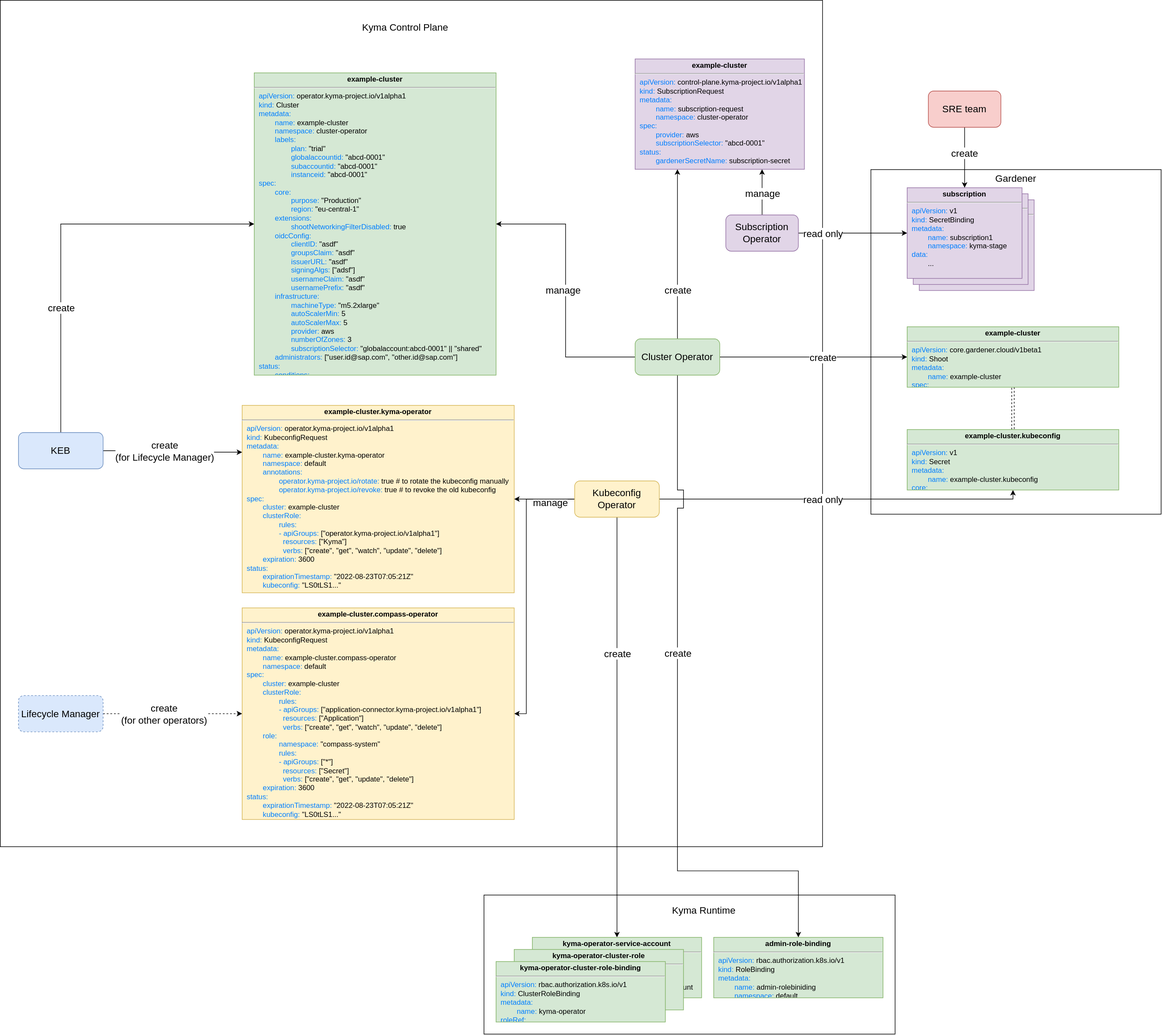
Before: concepts/infrastructure-reconciliation/assets/infrastructure-reconciliation.svg, a diagram exported from draw.io (kyma-project/community). Source tidied: cells renumbered, new cells last; positions are measured from the earlier drawing's top-left corner, leaving out a move shared by most shapes.
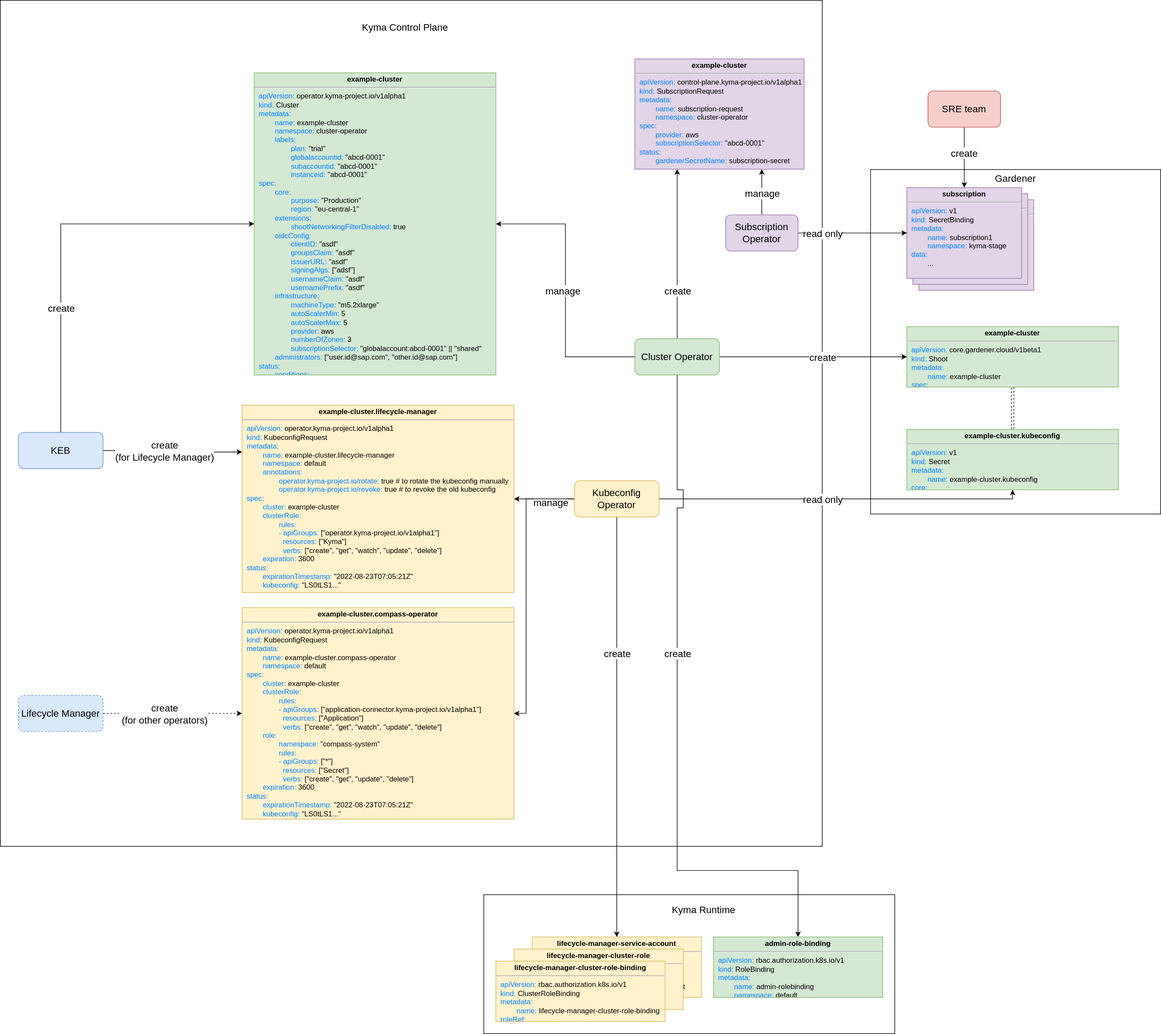
After the change.

Commit message:
language changes, minor diagram adjustments

Diff of the diagram source:
```diff
@@ -63,3 +63,3 @@
     </mxCell>
-    <mxCell id="16" value="&lt;p style=&quot;margin: 4px 0px 0px; text-align: center;&quot;&gt;&lt;b style=&quot;&quot;&gt;example-cluster.kyma-operator&lt;/b&gt;&lt;/p&gt;&lt;hr&gt;&lt;p style=&quot;margin:0px;margin-left:8px;&quot;&gt;&lt;font color=&quot;#007fff&quot;&gt;apiVersion: &lt;/font&gt;operator.kyma-project.io/v1alpha1&lt;br&gt;&lt;font color=&quot;#007fff&quot;&gt;kind:&lt;/font&gt; KubeconfigRequest&lt;br&gt;&lt;font color=&quot;#007fff&quot;&gt;metadata:&lt;/font&gt;&lt;br&gt;  &lt;span style=&quot;white-space: pre;&quot;&gt;&#9;&lt;/span&gt;&lt;font color=&quot;#007fff&quot;&gt;name:&lt;/font&gt; example-cluster.kyma-operator&lt;br&gt;  &lt;span style=&quot;white-space: pre;&quot;&gt;&#9;&lt;/span&gt;&lt;font color=&quot;#007fff&quot;&gt;namespace:&lt;/font&gt; default&lt;/p&gt;&lt;p style=&quot;margin:0px;margin-left:8px;&quot;&gt;&lt;span style=&quot;white-space: pre;&quot;&gt;&#9;&lt;/span&gt;&lt;font color=&quot;#007fff&quot;&gt;annotations:&lt;/font&gt;&lt;/p&gt;&lt;p style=&quot;margin:0px;margin-left:8px;&quot;&gt;&lt;span style=&quot;white-space: pre;&quot;&gt;&#9;&lt;/span&gt;&lt;span style=&quot;white-space: pre;&quot;&gt;&#9;&lt;/span&gt;&lt;font color=&quot;#007fff&quot;&gt;operator.kyma-project.io/rotate:&lt;/font&gt; true # to rotate the kubeconfig manually&lt;/p&gt;&lt;p style=&quot;margin:0px;margin-left:8px;&quot;&gt;&lt;span style=&quot;white-space: pre;&quot;&gt;&#9;&lt;/span&gt;&lt;span style=&quot;white-space: pre;&quot;&gt;&#9;&lt;/span&gt;&lt;font color=&quot;#007fff&quot;&gt;operator.kyma-project.io/revoke:&lt;/font&gt; true # to revoke the old kubeconfig&lt;br&gt;&lt;font color=&quot;#007fff&quot;&gt;spec:&lt;/font&gt;&lt;/p&gt;&lt;p style=&quot;margin:0px;margin-left:8px;&quot;&gt;&lt;font color=&quot;#007fff&quot;&gt;&lt;span style=&quot;white-space: pre;&quot;&gt;&#9;&lt;/span&gt;cluster: &lt;/font&gt;example-cluster&lt;br&gt;&#9;&lt;span style=&quot;white-space: pre;&quot;&gt;&#9;&lt;/span&gt;&lt;font color=&quot;#007fff&quot;&gt;clusterRole:&lt;/font&gt;&lt;br&gt;&#9;&#9;&lt;span style=&quot;white-space: pre;&quot;&gt;&#9;&lt;span style=&quot;white-space: pre;&quot;&gt;&#9;&lt;/span&gt;&lt;/span&gt;&lt;font color=&quot;#007fff&quot;&gt;rules:&lt;/font&gt;&lt;br&gt;&#9;&#9;&lt;span style=&quot;white-space: pre;&quot;&gt;&#9;&lt;span style=&quot;white-space: pre;&quot;&gt;&#9;&lt;/span&gt;&lt;/span&gt;&lt;font color=&quot;#007fff&quot;&gt;- apiGroups:&lt;/font&gt;&amp;nbsp;[&quot;operator.kyma-project.io/v1alpha1&quot;]&lt;br&gt;&#9;&#9;  &lt;span style=&quot;white-space: pre;&quot;&gt;&#9;&lt;span style=&quot;white-space: pre;&quot;&gt;&#9;&lt;/span&gt; &lt;/span&gt;&amp;nbsp;&lt;font color=&quot;#007fff&quot;&gt;resources:&lt;/font&gt;&amp;nbsp;[&quot;Kyma&quot;]&lt;br&gt;&#9;&#9;  &lt;span style=&quot;white-space: pre;&quot;&gt;&#9;&lt;span style=&quot;white-space: pre;&quot;&gt;&#9;&lt;/span&gt; &lt;/span&gt;&amp;nbsp;&lt;font color=&quot;#007fff&quot;&gt;verbs:&lt;/font&gt;&amp;nbsp;[&quot;create&quot;, &quot;get&quot;, &quot;watch&quot;, &quot;update&quot;, &quot;delete&quot;]&lt;br&gt;  &lt;span style=&quot;white-space: pre;&quot;&gt;&#9;&lt;/span&gt;&lt;font color=&quot;#007fff&quot;&gt;expiration:&lt;/font&gt; 3600&lt;br&gt;&lt;font color=&quot;#007fff&quot;&gt;status:&lt;br&gt;  &lt;span style=&quot;white-space: pre;&quot;&gt;&#9;&lt;/span&gt;expirationTimestamp:&lt;/font&gt; &quot;2022-08-23T07:05:21Z&quot;&lt;/p&gt;&lt;p style=&quot;margin:0px;margin-left:8px;&quot;&gt;&#9;&lt;span style=&quot;white-space: pre;&quot;&gt;&#9;&lt;/span&gt;&lt;font color=&quot;#007fff&quot;&gt;kubeconfig:&lt;/font&gt; &quot;LS0tLS1...&quot;&lt;br&gt;&lt;/p&gt;" style="verticalAlign=top;align=left;overflow=fill;fontSize=12;fontFamily=Helvetica;html=1;fillColor=#fff2cc;strokeColor=#d6b656;" parent="1" vertex="1">
+    <mxCell id="16" value="&lt;p style=&quot;margin: 4px 0px 0px; text-align: center;&quot;&gt;&lt;b style=&quot;&quot;&gt;example-cluster.lifecycle-manager&lt;/b&gt;&lt;/p&gt;&lt;hr&gt;&lt;p style=&quot;margin:0px;margin-left:8px;&quot;&gt;&lt;font color=&quot;#007fff&quot;&gt;apiVersion: &lt;/font&gt;operator.kyma-project.io/v1alpha1&lt;br&gt;&lt;font color=&quot;#007fff&quot;&gt;kind:&lt;/font&gt; KubeconfigRequest&lt;br&gt;&lt;font color=&quot;#007fff&quot;&gt;metadata:&lt;/font&gt;&lt;br&gt;  &lt;span style=&quot;white-space: pre;&quot;&gt;&#9;&lt;/span&gt;&lt;font color=&quot;#007fff&quot;&gt;name:&lt;/font&gt; example-cluster.lifecycle-manager&lt;br&gt;  &lt;span style=&quot;white-space: pre;&quot;&gt;&#9;&lt;/span&gt;&lt;font color=&quot;#007fff&quot;&gt;namespace:&lt;/font&gt; default&lt;/p&gt;&lt;p style=&quot;margin:0px;margin-left:8px;&quot;&gt;&lt;span style=&quot;white-space: pre;&quot;&gt;&#9;&lt;/span&gt;&lt;font color=&quot;#007fff&quot;&gt;annotations:&lt;/font&gt;&lt;/p&gt;&lt;p style=&quot;margin:0px;margin-left:8px;&quot;&gt;&lt;span style=&quot;white-space: pre;&quot;&gt;&#9;&lt;/span&gt;&lt;span style=&quot;white-space: pre;&quot;&gt;&#9;&lt;/span&gt;&lt;font color=&quot;#007fff&quot;&gt;operator.kyma-project.io/rotate:&lt;/font&gt; true # to rotate the kubeconfig manually&lt;/p&gt;&lt;p style=&quot;margin:0px;margin-left:8px;&quot;&gt;&lt;span style=&quot;white-space: pre;&quot;&gt;&#9;&lt;/span&gt;&lt;span style=&quot;white-space: pre;&quot;&gt;&#9;&lt;/span&gt;&lt;font color=&quot;#007fff&quot;&gt;operator.kyma-project.io/revoke:&lt;/font&gt; true # to revoke the old kubeconfig&lt;br&gt;&lt;font color=&quot;#007fff&quot;&gt;spec:&lt;/font&gt;&lt;/p&gt;&lt;p style=&quot;margin:0px;margin-left:8px;&quot;&gt;&lt;font color=&quot;#007fff&quot;&gt;&lt;span style=&quot;white-space: pre;&quot;&gt;&#9;&lt;/span&gt;cluster: &lt;/font&gt;example-cluster&lt;br&gt;&#9;&lt;span style=&quot;white-space: pre;&quot;&gt;&#9;&lt;/span&gt;&lt;font color=&quot;#007fff&quot;&gt;clusterRole:&lt;/font&gt;&lt;br&gt;&#9;&#9;&lt;span style=&quot;white-space: pre;&quot;&gt;&#9;&lt;span style=&quot;white-space: pre;&quot;&gt;&#9;&lt;/span&gt;&lt;/span&gt;&lt;font color=&quot;#007fff&quot;&gt;rules:&lt;/font&gt;&lt;br&gt;&#9;&#9;&lt;span style=&quot;white-space: pre;&quot;&gt;&#9;&lt;span style=&quot;white-space: pre;&quot;&gt;&#9;&lt;/span&gt;&lt;/span&gt;&lt;font color=&quot;#007fff&quot;&gt;- apiGroups:&lt;/font&gt;&amp;nbsp;[&quot;operator.kyma-project.io/v1alpha1&quot;]&lt;br&gt;&#9;&#9;  &lt;span style=&quot;white-space: pre;&quot;&gt;&#9;&lt;span style=&quot;white-space: pre;&quot;&gt;&#9;&lt;/span&gt; &lt;/span&gt;&amp;nbsp;&lt;font color=&quot;#007fff&quot;&gt;resources:&lt;/font&gt;&amp;nbsp;[&quot;Kyma&quot;]&lt;br&gt;&#9;&#9;  &lt;span style=&quot;white-space: pre;&quot;&gt;&#9;&lt;span style=&quot;white-space: pre;&quot;&gt;&#9;&lt;/span&gt; &lt;/span&gt;&amp;nbsp;&lt;font color=&quot;#007fff&quot;&gt;verbs:&lt;/font&gt;&amp;nbsp;[&quot;create&quot;, &quot;get&quot;, &quot;watch&quot;, &quot;update&quot;, &quot;delete&quot;]&lt;br&gt;  &lt;span style=&quot;white-space: pre;&quot;&gt;&#9;&lt;/span&gt;&lt;font color=&quot;#007fff&quot;&gt;expiration:&lt;/font&gt; 3600&lt;br&gt;&lt;font color=&quot;#007fff&quot;&gt;status:&lt;br&gt;  &lt;span style=&quot;white-space: pre;&quot;&gt;&#9;&lt;/span&gt;expirationTimestamp:&lt;/font&gt; &quot;2022-08-23T07:05:21Z&quot;&lt;/p&gt;&lt;p style=&quot;margin:0px;margin-left:8px;&quot;&gt;&#9;&lt;span style=&quot;white-space: pre;&quot;&gt;&#9;&lt;/span&gt;&lt;font color=&quot;#007fff&quot;&gt;kubeconfig:&lt;/font&gt; &quot;LS0tLS1...&quot;&lt;br&gt;&lt;/p&gt;" style="verticalAlign=top;align=left;overflow=fill;fontSize=12;fontFamily=Helvetica;html=1;fillColor=#fff2cc;strokeColor=#d6b656;" parent="1" vertex="1">
       <mxGeometry x="400" y="670" width="450" height="310" as="geometry" />
@@ -167,3 +167,3 @@
     </mxCell>
-    <mxCell id="42" value="&lt;p style=&quot;margin: 4px 0px 0px; text-align: center;&quot;&gt;&lt;b style=&quot;&quot;&gt;admin-role-binding&lt;/b&gt;&lt;/p&gt;&lt;hr&gt;&lt;p style=&quot;margin:0px;margin-left:8px;&quot;&gt;&lt;font color=&quot;#007fff&quot;&gt;apiVersion: &lt;/font&gt;rbac.authorization.k8s.io/v1&lt;br&gt;&lt;font color=&quot;#007fff&quot;&gt;kind:&lt;/font&gt; RoleBinding&lt;br&gt;&lt;font color=&quot;#007fff&quot;&gt;metadata:&lt;/font&gt;&lt;br&gt;  &lt;span style=&quot;white-space: pre;&quot;&gt;&#9;&lt;/span&gt;&lt;font color=&quot;#007fff&quot;&gt;name:&lt;/font&gt; admin-rolebiniding&lt;br&gt;  &lt;span style=&quot;white-space: pre;&quot;&gt;&#9;&lt;/span&gt;&lt;font color=&quot;#007fff&quot;&gt;namespace:&lt;/font&gt; default&lt;br&gt;&lt;/p&gt;" style="verticalAlign=top;align=left;overflow=fill;fontSize=12;fontFamily=Helvetica;html=1;fillColor=#d5e8d4;strokeColor=#82b366;" parent="1" vertex="1">
+    <mxCell id="42" value="&lt;p style=&quot;margin: 4px 0px 0px; text-align: center;&quot;&gt;&lt;b style=&quot;&quot;&gt;admin-role-binding&lt;/b&gt;&lt;/p&gt;&lt;hr&gt;&lt;p style=&quot;margin:0px;margin-left:8px;&quot;&gt;&lt;font color=&quot;#007fff&quot;&gt;apiVersion: &lt;/font&gt;rbac.authorization.k8s.io/v1&lt;br&gt;&lt;font color=&quot;#007fff&quot;&gt;kind:&lt;/font&gt; RoleBinding&lt;br&gt;&lt;font color=&quot;#007fff&quot;&gt;metadata:&lt;/font&gt;&lt;br&gt;  &lt;span style=&quot;white-space: pre;&quot;&gt;&#9;&lt;/span&gt;&lt;font color=&quot;#007fff&quot;&gt;name:&lt;/font&gt; admin-rolebinding&lt;br&gt;  &lt;span style=&quot;white-space: pre;&quot;&gt;&#9;&lt;/span&gt;&lt;font color=&quot;#007fff&quot;&gt;namespace:&lt;/font&gt; default&lt;br&gt;&lt;/p&gt;" style="verticalAlign=top;align=left;overflow=fill;fontSize=12;fontFamily=Helvetica;html=1;fillColor=#d5e8d4;strokeColor=#82b366;" parent="1" vertex="1">
       <mxGeometry x="1180" y="1550" width="280" height="100" as="geometry" />
@@ -201,9 +201,9 @@
     </mxCell>
-    <mxCell id="51" value="&lt;p style=&quot;margin: 4px 0px 0px; text-align: center;&quot;&gt;&lt;b&gt;kyma-operator-service-account&lt;/b&gt;&lt;/p&gt;&lt;hr&gt;&lt;p style=&quot;margin:0px;margin-left:8px;&quot;&gt;&lt;font color=&quot;#007fff&quot;&gt;apiVersion: &lt;/font&gt;v1&lt;br&gt;&lt;font color=&quot;#007fff&quot;&gt;kind:&lt;/font&gt; ServiceAccount&lt;br&gt;&lt;font color=&quot;#007fff&quot;&gt;metadata:&lt;/font&gt;&lt;br&gt;  &lt;span style=&quot;white-space: pre;&quot;&gt;&#9;&lt;/span&gt;&lt;font color=&quot;#007fff&quot;&gt;name:&lt;/font&gt;&amp;nbsp;kubeconfig-operator-service-account&lt;br&gt;  &lt;span style=&quot;white-space: pre;&quot;&gt;&#9;&lt;/span&gt;&lt;font color=&quot;#007fff&quot;&gt;namespace:&lt;/font&gt; default&lt;br&gt;&lt;/p&gt;" style="verticalAlign=top;align=left;overflow=fill;fontSize=12;fontFamily=Helvetica;html=1;fillColor=#d5e8d4;strokeColor=#82b366;" parent="50" vertex="1">
+    <mxCell id="51" value="&lt;p style=&quot;margin: 4px 0px 0px; text-align: center;&quot;&gt;&lt;b&gt;lifecycle-manager-service-account&lt;/b&gt;&lt;/p&gt;&lt;hr&gt;&lt;p style=&quot;margin:0px;margin-left:8px;&quot;&gt;&lt;font color=&quot;#007fff&quot;&gt;apiVersion: &lt;/font&gt;v1&lt;br&gt;&lt;font color=&quot;#007fff&quot;&gt;kind:&lt;/font&gt; ServiceAccount&lt;br&gt;&lt;font color=&quot;#007fff&quot;&gt;metadata:&lt;/font&gt;&lt;br&gt;  &lt;span style=&quot;white-space: pre;&quot;&gt;&#9;&lt;/span&gt;&lt;font color=&quot;#007fff&quot;&gt;name:&lt;/font&gt;&amp;nbsp;lifecycle-manager-service-account&lt;br&gt;  &lt;span style=&quot;white-space: pre;&quot;&gt;&#9;&lt;/span&gt;&lt;font color=&quot;#007fff&quot;&gt;namespace:&lt;/font&gt; default&lt;br&gt;&lt;/p&gt;" style="verticalAlign=top;align=left;overflow=fill;fontSize=12;fontFamily=Helvetica;html=1;fillColor=#fff2cc;strokeColor=#d6b656;" parent="50" vertex="1">
       <mxGeometry x="60" width="280" height="100" as="geometry" />
     </mxCell>
-    <mxCell id="52" value="&lt;p style=&quot;margin: 4px 0px 0px; text-align: center;&quot;&gt;&lt;b&gt;kyma-operator-cluster-role&lt;/b&gt;&lt;/p&gt;&lt;hr&gt;&lt;p style=&quot;margin:0px;margin-left:8px;&quot;&gt;&lt;font color=&quot;#007fff&quot;&gt;apiVersion: &lt;/font&gt;rbac.autorization.k8s.io/v1&lt;br&gt;&lt;font color=&quot;#007fff&quot;&gt;kind:&lt;/font&gt; ClusterRole&lt;br&gt;&lt;font color=&quot;#007fff&quot;&gt;metadata:&lt;/font&gt;&lt;br&gt;  &lt;span style=&quot;white-space: pre;&quot;&gt;&#9;&lt;/span&gt;&lt;font color=&quot;#007fff&quot;&gt;name:&lt;/font&gt;&amp;nbsp;kuebeconfig-operator-role&lt;br&gt;  &lt;span style=&quot;white-space: pre;&quot;&gt;&#9;&lt;/span&gt;&lt;font color=&quot;#007fff&quot;&gt;namespace:&lt;/font&gt; default&lt;br&gt;&lt;/p&gt;" style="verticalAlign=top;align=left;overflow=fill;fontSize=12;fontFamily=Helvetica;html=1;fillColor=#d5e8d4;strokeColor=#82b366;" parent="50" vertex="1">
+    <mxCell id="52" value="&lt;p style=&quot;margin: 4px 0px 0px; text-align: center;&quot;&gt;&lt;b&gt;lifecycle-manager-cluster-role&lt;/b&gt;&lt;/p&gt;&lt;hr&gt;&lt;p style=&quot;margin:0px;margin-left:8px;&quot;&gt;&lt;font color=&quot;#007fff&quot;&gt;apiVersion: &lt;/font&gt;rbac.autorization.k8s.io/v1&lt;br&gt;&lt;font color=&quot;#007fff&quot;&gt;kind:&lt;/font&gt; ClusterRole&lt;br&gt;&lt;font color=&quot;#007fff&quot;&gt;metadata:&lt;/font&gt;&lt;br&gt;  &lt;span style=&quot;white-space: pre;&quot;&gt;&#9;&lt;/span&gt;&lt;font color=&quot;#007fff&quot;&gt;name:&amp;nbsp;&lt;/font&gt;lifecycle-manager-role-binding&lt;br&gt;  &lt;span style=&quot;white-space: pre;&quot;&gt;&#9;&lt;/span&gt;&lt;font color=&quot;#007fff&quot;&gt;namespace:&lt;/font&gt; default&lt;br&gt;&lt;/p&gt;" style="verticalAlign=top;align=left;overflow=fill;fontSize=12;fontFamily=Helvetica;html=1;fillColor=#fff2cc;strokeColor=#d6b656;" parent="50" vertex="1">
       <mxGeometry x="30" y="20" width="280" height="100" as="geometry" />
     </mxCell>
-    <mxCell id="53" value="&lt;p style=&quot;margin: 4px 0px 0px; text-align: center;&quot;&gt;&lt;b style=&quot;&quot;&gt;kyma-operator-cluster-role-binding&lt;/b&gt;&lt;/p&gt;&lt;hr&gt;&lt;p style=&quot;margin:0px;margin-left:8px;&quot;&gt;&lt;font color=&quot;#007fff&quot;&gt;apiVersion: &lt;/font&gt;rbac.authorization.k8s.io/v1&lt;br&gt;&lt;font color=&quot;#007fff&quot;&gt;kind:&lt;/font&gt;&amp;nbsp;ClusterRoleBinding&lt;br&gt;&lt;font color=&quot;#007fff&quot;&gt;metadata:&lt;/font&gt;&lt;br&gt;  &lt;span style=&quot;white-space: pre;&quot;&gt;&#9;&lt;/span&gt;&lt;font color=&quot;#007fff&quot;&gt;name:&lt;/font&gt;&amp;nbsp;kyma-operator&lt;br&gt;&lt;font color=&quot;#007fff&quot;&gt;roleRef:&lt;/font&gt;&lt;/p&gt;" style="verticalAlign=top;align=left;overflow=fill;fontSize=12;fontFamily=Helvetica;html=1;fillColor=#d5e8d4;strokeColor=#82b366;" parent="50" vertex="1">
+    <mxCell id="53" value="&lt;p style=&quot;margin: 4px 0px 0px; text-align: center;&quot;&gt;&lt;b style=&quot;&quot;&gt;lifecycle-manager-cluster-role-binding&lt;/b&gt;&lt;/p&gt;&lt;hr&gt;&lt;p style=&quot;margin:0px;margin-left:8px;&quot;&gt;&lt;font color=&quot;#007fff&quot;&gt;apiVersion: &lt;/font&gt;rbac.authorization.k8s.io/v1&lt;br&gt;&lt;font color=&quot;#007fff&quot;&gt;kind:&lt;/font&gt;&amp;nbsp;ClusterRoleBinding&lt;br&gt;&lt;font color=&quot;#007fff&quot;&gt;metadata:&lt;/font&gt;&lt;br&gt;  &lt;span style=&quot;white-space: pre;&quot;&gt;&#9;&lt;/span&gt;&lt;font color=&quot;#007fff&quot;&gt;name:&lt;/font&gt;&amp;nbsp;lifecycle-manager-cluster-role-binding&lt;br&gt;&lt;font color=&quot;#007fff&quot;&gt;roleRef:&lt;/font&gt;&lt;/p&gt;" style="verticalAlign=top;align=left;overflow=fill;fontSize=12;fontFamily=Helvetica;html=1;fillColor=#fff2cc;strokeColor=#d6b656;" parent="50" vertex="1">
       <mxGeometry y="40" width="280" height="100" as="geometry" />
```
